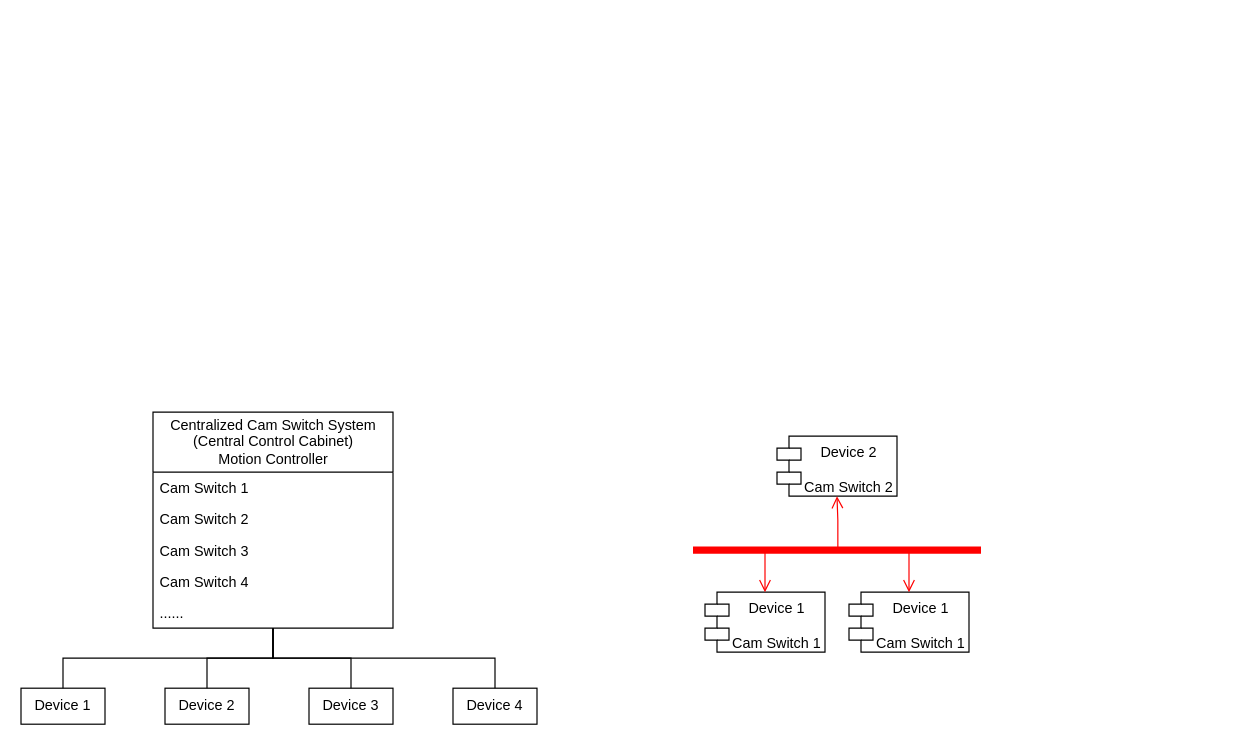
The draw.io diagram Distributed Cam Switch.drawio in RiemannLee19/UMLs, before the edit. Source tidied: cells renumbered, new cells numbered last; positions are measured from the earlier drawing's top-left corner, leaving out a move shared by most shapes. Both pictures are drawn from the tidied source at 120%, with x=0, y=0 at pixel (20, 412).
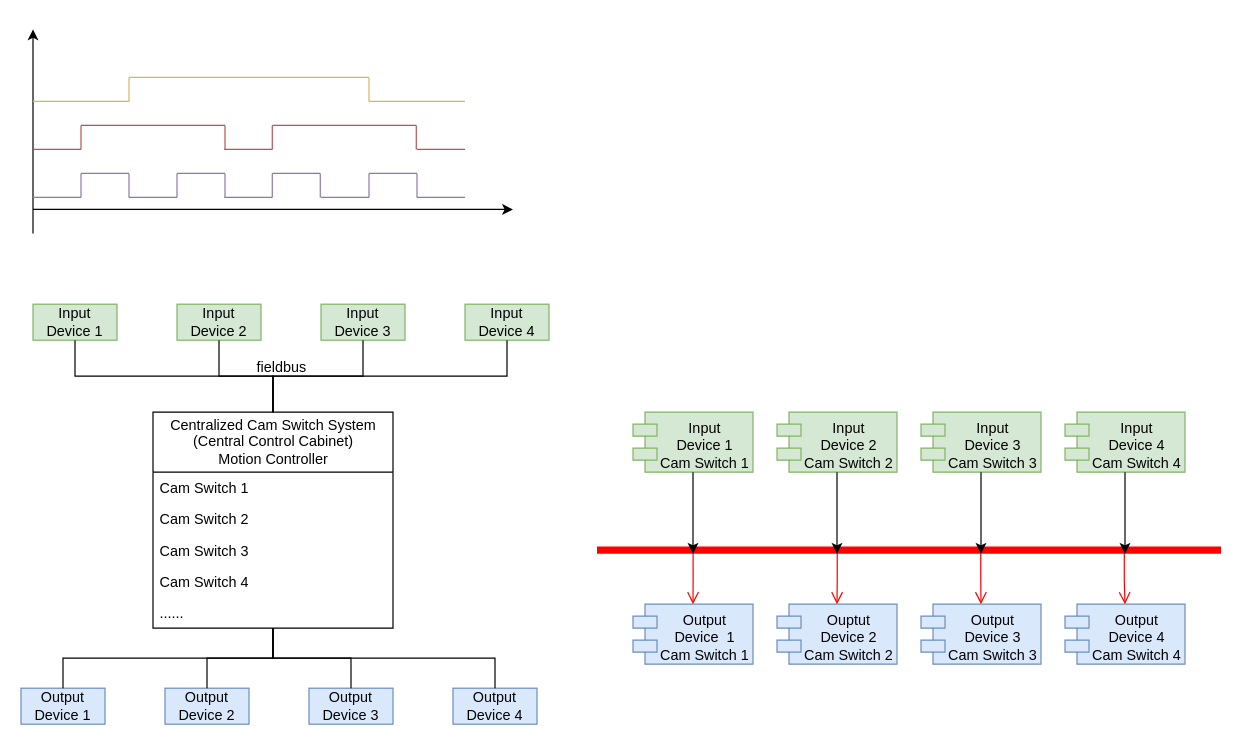
After the change.

Unchanged cells that the change refers to:
```xml
<mxCell id="2" value="Centralized Cam Switch System&lt;br&gt;(Central Control Cabinet)&lt;br&gt;Motion Controller" style="swimlane;fontStyle=0;horizontal=1;startSize=50;fillColor=none;html=1;" parent="1" vertex="1">
  <mxGeometry x="110" width="200" height="180" as="geometry" />
</mxCell>
```

What changed in the source:
```diff
@@
-    <mxCell id="8" value="Device 1" style="whiteSpace=wrap;html=1;align=center;verticalAlign=middle;newEdgeStyle={&quot;edgeStyle&quot;:&quot;elbowEdgeStyle&quot;,&quot;startArrow&quot;:&quot;none&quot;,&quot;endArrow&quot;:&quot;none&quot;};" parent="1" vertex="1">
+    <mxCell id="8" value="Output&lt;br&gt;Device 1" style="whiteSpace=wrap;html=1;align=center;verticalAlign=middle;newEdgeStyle={&quot;edgeStyle&quot;:&quot;elbowEdgeStyle&quot;,&quot;startArrow&quot;:&quot;none&quot;,&quot;endArrow&quot;:&quot;none&quot;};fillColor=#dae8fc;strokeColor=#6c8ebf;" parent="1" vertex="1">
       <mxGeometry y="230" width="70" height="30" as="geometry" />
     </mxCell>
@@
-    <mxCell id="10" value="Device 2" style="whiteSpace=wrap;html=1;align=center;verticalAlign=middle;newEdgeStyle={&quot;edgeStyle&quot;:&quot;elbowEdgeStyle&quot;,&quot;startArrow&quot;:&quot;none&quot;,&quot;endArrow&quot;:&quot;none&quot;};" parent="1" vertex="1">
+    <mxCell id="10" value="Output&lt;br&gt;Device 2" style="whiteSpace=wrap;html=1;align=center;verticalAlign=middle;newEdgeStyle={&quot;edgeStyle&quot;:&quot;elbowEdgeStyle&quot;,&quot;startArrow&quot;:&quot;none&quot;,&quot;endArrow&quot;:&quot;none&quot;};fillColor=#dae8fc;strokeColor=#6c8ebf;" parent="1" vertex="1">
       <mxGeometry x="120" y="230" width="70" height="30" as="geometry" />
     </mxCell>
@@
-    <mxCell id="12" value="Device 3" style="whiteSpace=wrap;html=1;align=center;verticalAlign=middle;newEdgeStyle={&quot;edgeStyle&quot;:&quot;elbowEdgeStyle&quot;,&quot;startArrow&quot;:&quot;none&quot;,&quot;endArrow&quot;:&quot;none&quot;};" parent="1" vertex="1">
+    <mxCell id="12" value="Output&lt;br&gt;Device 3" style="whiteSpace=wrap;html=1;align=center;verticalAlign=middle;newEdgeStyle={&quot;edgeStyle&quot;:&quot;elbowEdgeStyle&quot;,&quot;startArrow&quot;:&quot;none&quot;,&quot;endArrow&quot;:&quot;none&quot;};fillColor=#dae8fc;strokeColor=#6c8ebf;" parent="1" vertex="1">
       <mxGeometry x="240" y="230" width="70" height="30" as="geometry" />
     </mxCell>
@@
-    <mxCell id="14" value="Device 4" style="whiteSpace=wrap;html=1;align=center;verticalAlign=middle;newEdgeStyle={&quot;edgeStyle&quot;:&quot;elbowEdgeStyle&quot;,&quot;startArrow&quot;:&quot;none&quot;,&quot;endArrow&quot;:&quot;none&quot;};" parent="1" vertex="1">
+    <mxCell id="14" value="Output&lt;br&gt;Device 4" style="whiteSpace=wrap;html=1;align=center;verticalAlign=middle;newEdgeStyle={&quot;edgeStyle&quot;:&quot;elbowEdgeStyle&quot;,&quot;startArrow&quot;:&quot;none&quot;,&quot;endArrow&quot;:&quot;none&quot;};fillColor=#dae8fc;strokeColor=#6c8ebf;" parent="1" vertex="1">
       <mxGeometry x="360" y="230" width="70" height="30" as="geometry" />
     </mxCell>
@@
-    <mxCell id="16" value="Device 1&lt;br&gt;&lt;br&gt;Cam Switch 1" style="shape=module;align=left;spacingLeft=20;align=center;verticalAlign=top;whiteSpace=wrap;html=1;" parent="1" vertex="1">
-      <mxGeometry x="570" y="150" width="100" height="50" as="geometry" />
+    <mxCell id="16" value="Output&lt;br&gt;Device&amp;nbsp; 1&lt;br&gt;Cam Switch 1" style="shape=module;align=left;spacingLeft=20;align=center;verticalAlign=top;whiteSpace=wrap;html=1;fillColor=#dae8fc;strokeColor=#6c8ebf;" parent="1" vertex="1">
+      <mxGeometry x="510" y="160" width="100" height="50" as="geometry" />
     </mxCell>
     <mxCell id="17" style="shape=line;html=1;strokeWidth=6;strokeColor=#ff0000;" parent="1" vertex="1">
-      <mxGeometry x="560" y="110" width="240" height="10" as="geometry" />
+      <mxGeometry x="480" y="110" width="520" height="10" as="geometry" />
     </mxCell>
-    <mxCell id="18" style="edgeStyle=orthogonalEdgeStyle;html=1;verticalAlign=bottom;endArrow=open;endSize=8;strokeColor=#ff0000;rounded=0;exitX=0.25;exitY=0.5;exitDx=0;exitDy=0;exitPerimeter=0;" parent="1" edge="1" source="17" target="16">
+    <mxCell id="18" style="edgeStyle=orthogonalEdgeStyle;html=1;verticalAlign=bottom;endArrow=open;endSize=8;strokeColor=#ff0000;rounded=0;exitX=0.154;exitY=0.583;exitDx=0;exitDy=0;exitPerimeter=0;" parent="1" edge="1" source="17" target="16">
       <mxGeometry relative="1" as="geometry" />
     </mxCell>
-    <mxCell id="19" value="Device 2&lt;br&gt;&lt;br&gt;Cam Switch 2" style="shape=module;align=left;spacingLeft=20;align=center;verticalAlign=top;whiteSpace=wrap;html=1;" parent="1" vertex="1">
-      <mxGeometry x="630" y="20" width="100" height="50" as="geometry" />
+    <mxCell id="19" value="Input&lt;br&gt;Device 1&lt;br&gt;Cam Switch 1" style="shape=module;align=left;spacingLeft=20;align=center;verticalAlign=top;whiteSpace=wrap;html=1;fillColor=#d5e8d4;strokeColor=#82b366;" parent="1" vertex="1">
+      <mxGeometry x="510" width="100" height="50" as="geometry" />
     </mxCell>
-    <mxCell id="20" style="edgeStyle=orthogonalEdgeStyle;html=1;verticalAlign=bottom;endArrow=open;endSize=8;strokeColor=#ff0000;rounded=0;exitX=0.503;exitY=0.667;exitDx=0;exitDy=0;exitPerimeter=0;" parent="1" edge="1" source="17" target="19">
-      <mxGeometry relative="1" as="geometry" />
-    </mxCell>
-    <mxCell id="21" value="Device 1&lt;br&gt;&lt;br&gt;Cam Switch 1" style="shape=module;align=left;spacingLeft=20;align=center;verticalAlign=top;whiteSpace=wrap;html=1;" parent="1" vertex="1">
-      <mxGeometry x="690" y="150" width="100" height="50" as="geometry" />
+    <mxCell id="21" value="Ouptut &lt;br&gt;Device 2&lt;br&gt;Cam Switch 2" style="shape=module;align=left;spacingLeft=20;align=center;verticalAlign=top;whiteSpace=wrap;html=1;fillColor=#dae8fc;strokeColor=#6c8ebf;" parent="1" vertex="1">
+      <mxGeometry x="630" y="160" width="100" height="50" as="geometry" />
     </mxCell>
-    <mxCell id="22" style="edgeStyle=orthogonalEdgeStyle;html=1;verticalAlign=bottom;endArrow=open;endSize=8;strokeColor=#ff0000;rounded=0;exitX=0.75;exitY=0.5;exitDx=0;exitDy=0;exitPerimeter=0;" parent="1" edge="1" source="17" target="21">
+    <mxCell id="22" style="edgeStyle=orthogonalEdgeStyle;html=1;verticalAlign=bottom;endArrow=open;endSize=8;strokeColor=#ff0000;rounded=0;exitX=0.385;exitY=0.417;exitDx=0;exitDy=0;exitPerimeter=0;" parent="1" edge="1" source="17" target="21">
       <mxGeometry relative="1" as="geometry" />
     </mxCell>
+    <mxCell id="23" value="Input&lt;br&gt;Device 1" style="whiteSpace=wrap;html=1;align=center;verticalAlign=middle;newEdgeStyle={&quot;edgeStyle&quot;:&quot;elbowEdgeStyle&quot;,&quot;startArrow&quot;:&quot;none&quot;,&quot;endArrow&quot;:&quot;none&quot;};fillColor=#d5e8d4;strokeColor=#82b366;" parent="1" vertex="1">
+      <mxGeometry x="10" y="-90" width="70" height="30" as="geometry" />
+    </mxCell>
+    <mxCell id="24" style="edgeStyle=elbowEdgeStyle;elbow=vertical;sourcePerimeterSpacing=0;targetPerimeterSpacing=0;startArrow=none;endArrow=none;rounded=0;curved=0;" parent="1" edge="1" source="2" target="23">
+      <mxGeometry relative="1" as="geometry" />
+    </mxCell>
+    <mxCell id="25" value="Input&lt;br&gt;Device 2" style="whiteSpace=wrap;html=1;align=center;verticalAlign=middle;newEdgeStyle={&quot;edgeStyle&quot;:&quot;elbowEdgeStyle&quot;,&quot;startArrow&quot;:&quot;none&quot;,&quot;endArrow&quot;:&quot;none&quot;};fillColor=#d5e8d4;strokeColor=#82b366;" parent="1" vertex="1">
+      <mxGeometry x="130" y="-90" width="70" height="30" as="geometry" />
+    </mxCell>
+    <mxCell id="26" style="edgeStyle=elbowEdgeStyle;elbow=vertical;sourcePerimeterSpacing=0;targetPerimeterSpacing=0;startArrow=none;endArrow=none;rounded=0;curved=0;" parent="1" edge="1" source="2" target="25">
+      <mxGeometry relative="1" as="geometry" />
+    </mxCell>
+    <mxCell id="27" value="Input&lt;br&gt;Device 3" style="whiteSpace=wrap;html=1;align=center;verticalAlign=middle;newEdgeStyle={&quot;edgeStyle&quot;:&quot;elbowEdgeStyle&quot;,&quot;startArrow&quot;:&quot;none&quot;,&quot;endArrow&quot;:&quot;none&quot;};fillColor=#d5e8d4;strokeColor=#82b366;" parent="1" vertex="1">
+      <mxGeometry x="250" y="-90" width="70" height="30" as="geometry" />
+    </mxCell>
+    <mxCell id="28" style="edgeStyle=elbowEdgeStyle;elbow=vertical;sourcePerimeterSpacing=0;targetPerimeterSpacing=0;startArrow=none;endArrow=none;rounded=0;curved=0;" parent="1" edge="1" source="2" target="27">
+      <mxGeometry relative="1" as="geometry" />
+    </mxCell>
+    <mxCell id="29" value="Input&lt;br&gt;Device 4" style="whiteSpace=wrap;html=1;align=center;verticalAlign=middle;newEdgeStyle={&quot;edgeStyle&quot;:&quot;elbowEdgeStyle&quot;,&quot;startArrow&quot;:&quot;none&quot;,&quot;endArrow&quot;:&quot;none&quot;};fillColor=#d5e8d4;strokeColor=#82b366;" parent="1" vertex="1">
+      <mxGeometry x="370" y="-90" width="70" height="30" as="geometry" />
+    </mxCell>
+    <mxCell id="30" style="edgeStyle=elbowEdgeStyle;elbow=vertical;sourcePerimeterSpacing=0;targetPerimeterSpacing=0;startArrow=none;endArrow=none;rounded=0;curved=0;" parent="1" edge="1" source="2" target="29">
+      <mxGeometry relative="1" as="geometry" />
+    </mxCell>
+    <mxCell id="31" value="Output &lt;br&gt;Device 3&lt;br&gt;Cam Switch 3" style="shape=module;align=left;spacingLeft=20;align=center;verticalAlign=top;whiteSpace=wrap;html=1;fillColor=#dae8fc;strokeColor=#6c8ebf;" parent="1" vertex="1">
+      <mxGeometry x="750" y="160" width="100" height="50" as="geometry" />
+    </mxCell>
+    <mxCell id="32" value="Output &lt;br&gt;Device 4&lt;br&gt;Cam Switch 4" style="shape=module;align=left;spacingLeft=20;align=center;verticalAlign=top;whiteSpace=wrap;html=1;fillColor=#dae8fc;strokeColor=#6c8ebf;" parent="1" vertex="1">
+      <mxGeometry x="870" y="160" width="100" height="50" as="geometry" />
+    </mxCell>
+    <mxCell id="33" style="edgeStyle=orthogonalEdgeStyle;html=1;verticalAlign=bottom;endArrow=open;endSize=8;strokeColor=#ff0000;rounded=0;exitX=0.615;exitY=0.75;exitDx=0;exitDy=0;exitPerimeter=0;" parent="1" edge="1" source="17" target="31">
+      <mxGeometry relative="1" as="geometry" />
+    </mxCell>
+    <mxCell id="34" style="edgeStyle=orthogonalEdgeStyle;html=1;verticalAlign=bottom;endArrow=open;endSize=8;strokeColor=#ff0000;rounded=0;exitX=0.845;exitY=0.75;exitDx=0;exitDy=0;exitPerimeter=0;" parent="1" edge="1" source="17" target="32">
+      <mxGeometry relative="1" as="geometry" />
+    </mxCell>
+    <mxCell id="35" style="edgeStyle=orthogonalEdgeStyle;rounded=0;jettySize=auto;html=1;exitX=0.5;exitY=1;exitDx=0;exitDy=0;" parent="1" edge="1" source="19">
+      <mxGeometry relative="1" as="geometry">
+        <mxPoint x="560" y="118" as="targetPoint" />
+      </mxGeometry>
+    </mxCell>
+    <mxCell id="36" value="Input&lt;br&gt;Device 2&lt;br&gt;Cam Switch 2" style="shape=module;align=left;spacingLeft=20;align=center;verticalAlign=top;whiteSpace=wrap;html=1;fillColor=#d5e8d4;strokeColor=#82b366;" parent="1" vertex="1">
+      <mxGeometry x="630" width="100" height="50" as="geometry" />
+    </mxCell>
+    <mxCell id="37" style="edgeStyle=orthogonalEdgeStyle;rounded=0;jettySize=auto;html=1;exitX=0.5;exitY=1;exitDx=0;exitDy=0;" parent="1" edge="1" source="36">
+      <mxGeometry relative="1" as="geometry">
+        <mxPoint x="680" y="118" as="targetPoint" />
+      </mxGeometry>
+    </mxCell>
+    <mxCell id="38" value="Input&lt;br&gt;Device 3&lt;br&gt;Cam Switch 3" style="shape=module;align=left;spacingLeft=20;align=center;verticalAlign=top;whiteSpace=wrap;html=1;fillColor=#d5e8d4;strokeColor=#82b366;" parent="1" vertex="1">
+      <mxGeometry x="750" width="100" height="50" as="geometry" />
+    </mxCell>
+    <mxCell id="39" style="edgeStyle=orthogonalEdgeStyle;rounded=0;jettySize=auto;html=1;exitX=0.5;exitY=1;exitDx=0;exitDy=0;" parent="1" edge="1" source="38">
+      <mxGeometry relative="1" as="geometry">
+        <mxPoint x="800" y="118" as="targetPoint" />
+      </mxGeometry>
+    </mxCell>
+    <mxCell id="40" value="Input&lt;br&gt;Device 4&lt;br&gt;Cam Switch 4" style="shape=module;align=left;spacingLeft=20;align=center;verticalAlign=top;whiteSpace=wrap;html=1;fillColor=#d5e8d4;strokeColor=#82b366;" parent="1" vertex="1">
+      <mxGeometry x="870" width="100" height="50" as="geometry" />
+    </mxCell>
+    <mxCell id="41" style="edgeStyle=orthogonalEdgeStyle;rounded=0;jettySize=auto;html=1;exitX=0.5;exitY=1;exitDx=0;exitDy=0;" parent="1" edge="1" source="40">
+      <mxGeometry relative="1" as="geometry">
+        <mxPoint x="920" y="118" as="targetPoint" />
+      </mxGeometry>
+    </mxCell>
+    <mxCell id="42" style="endArrow=classic;html=1;rounded=0;" parent="1" edge="1">
+      <mxGeometry relative="1" as="geometry">
+        <mxPoint x="10" y="-169" as="sourcePoint" />
+        <mxPoint x="410" y="-169" as="targetPoint" />
+      </mxGeometry>
+    </mxCell>
+    <mxCell id="43" style="endArrow=classic;html=1;rounded=0;" parent="1" edge="1">
+      <mxGeometry relative="1" as="geometry">
+        <mxPoint x="10" y="-149" as="sourcePoint" />
+        <mxPoint x="10" y="-319" as="targetPoint" />
+      </mxGeometry>
+    </mxCell>
+    <mxCell id="44" style="endArrow=none;html=1;rounded=0;fillColor=#e1d5e7;strokeColor=#9673a6;" parent="1" edge="1">
+      <mxGeometry relative="1" as="geometry">
+        <mxPoint x="10" y="-179" as="sourcePoint" />
+        <mxPoint x="50" y="-179" as="targetPoint" />
+      </mxGeometry>
+    </mxCell>
+    <mxCell id="45" style="endArrow=none;html=1;rounded=0;fillColor=#e1d5e7;strokeColor=#9673a6;" parent="1" edge="1">
+      <mxGeometry relative="1" as="geometry">
+        <mxPoint x="50" y="-179" as="sourcePoint" />
+        <mxPoint x="50" y="-199" as="targetPoint" />
+      </mxGeometry>
+    </mxCell>
+    <mxCell id="46" style="endArrow=none;html=1;rounded=0;fillColor=#e1d5e7;strokeColor=#9673a6;" parent="1" edge="1">
+      <mxGeometry relative="1" as="geometry">
+        <mxPoint x="50" y="-199" as="sourcePoint" />
+        <mxPoint x="90" y="-199" as="targetPoint" />
+      </mxGeometry>
+    </mxCell>
+    <mxCell id="47" style="endArrow=none;html=1;rounded=0;fillColor=#e1d5e7;strokeColor=#9673a6;" parent="1" edge="1">
+      <mxGeometry relative="1" as="geometry">
+        <mxPoint x="90" y="-179" as="sourcePoint" />
+        <mxPoint x="90" y="-199" as="targetPoint" />
+      </mxGeometry>
+    </mxCell>
+    <mxCell id="48" style="endArrow=none;html=1;rounded=0;fillColor=#e1d5e7;strokeColor=#9673a6;" parent="1" edge="1">
+      <mxGeometry relative="1" as="geometry">
+        <mxPoint x="90" y="-179" as="sourcePoint" />
+        <mxPoint x="130" y="-179" as="targetPoint" />
+      </mxGeometry>
+    </mxCell>
+    <mxCell id="49" style="endArrow=none;html=1;rounded=0;fillColor=#e1d5e7;strokeColor=#9673a6;" parent="1" edge="1">
+      <mxGeometry relative="1" as="geometry">
+        <mxPoint x="130" y="-179" as="sourcePoint" />
+        <mxPoint x="130" y="-199" as="targetPoint" />
+      </mxGeometry>
+    </mxCell>
+    <mxCell id="50" style="endArrow=none;html=1;rounded=0;fillColor=#e1d5e7;strokeColor=#9673a6;" parent="1" edge="1">
+      <mxGeometry relative="1" as="geometry">
+        <mxPoint x="130" y="-199" as="sourcePoint" />
+        <mxPoint x="170" y="-199" as="targetPoint" />
+      </mxGeometry>
+    </mxCell>
+    <mxCell id="51" style="endArrow=none;html=1;rounded=0;fillColor=#e1d5e7;strokeColor=#9673a6;" parent="1" edge="1">
+      <mxGeometry relative="1" as="geometry">
+        <mxPoint x="170" y="-179" as="sourcePoint" />
+        <mxPoint x="170" y="-199" as="targetPoint" />
+      </mxGeometry>
+    </mxCell>
+    <mxCell id="52" style="endArrow=none;html=1;rounded=0;fillColor=#e1d5e7;strokeColor=#9673a6;" parent="1" edge="1">
+      <mxGeometry relative="1" as="geometry">
+        <mxPoint x="169.4" y="-179" as="sourcePoint" />
+        <mxPoint x="209.4" y="-179" as="targetPoint" />
+      </mxGeometry>
+    </mxCell>
+    <mxCell id="53" style="endArrow=none;html=1;rounded=0;fillColor=#e1d5e7;strokeColor=#9673a6;" parent="1" edge="1">
+      <mxGeometry relative="1" as="geometry">
+        <mxPoint x="209.4" y="-179" as="sourcePoint" />
+        <mxPoint x="209.4" y="-199" as="targetPoint" />
+      </mxGeometry>
+    </mxCell>
+    <mxCell id="54" style="endArrow=none;html=1;rounded=0;fillColor=#e1d5e7;strokeColor=#9673a6;" parent="1" edge="1">
+      <mxGeometry relative="1" as="geometry">
+        <mxPoint x="209.4" y="-199" as="sourcePoint" />
+        <mxPoint x="249.4" y="-199" as="targetPoint" />
+      </mxGeometry>
+    </mxCell>
+    <mxCell id="55" style="endArrow=none;html=1;rounded=0;fillColor=#e1d5e7;strokeColor=#9673a6;" parent="1" edge="1">
+      <mxGeometry relative="1" as="geometry">
+        <mxPoint x="249.4" y="-179" as="sourcePoint" />
+        <mxPoint x="249.4" y="-199" as="targetPoint" />
+      </mxGeometry>
+    </mxCell>
+    <mxCell id="56" style="endArrow=none;html=1;rounded=0;fillColor=#e1d5e7;strokeColor=#9673a6;" parent="1" edge="1">
+      <mxGeometry relative="1" as="geometry">
+        <mxPoint x="250" y="-179" as="sourcePoint" />
+        <mxPoint x="290" y="-179" as="targetPoint" />
+      </mxGeometry>
+    </mxCell>
+    <mxCell id="57" style="endArrow=none;html=1;rounded=0;fillColor=#e1d5e7;strokeColor=#9673a6;" parent="1" edge="1">
+      <mxGeometry relative="1" as="geometry">
+        <mxPoint x="290" y="-179" as="sourcePoint" />
+        <mxPoint x="290" y="-199" as="targetPoint" />
+      </mxGeometry>
+    </mxCell>
+    <mxCell id="58" style="endArrow=none;html=1;rounded=0;fillColor=#e1d5e7;strokeColor=#9673a6;" parent="1" edge="1">
+      <mxGeometry relative="1" as="geometry">
+        <mxPoint x="290" y="-199" as="sourcePoint" />
+        <mxPoint x="330" y="-199" as="targetPoint" />
+      </mxGeometry>
+    </mxCell>
+    <mxCell id="59" style="endArrow=none;html=1;rounded=0;fillColor=#e1d5e7;strokeColor=#9673a6;" parent="1" edge="1">
+      <mxGeometry relative="1" as="geometry">
+        <mxPoint x="330" y="-179" as="sourcePoint" />
+        <mxPoint x="330" y="-199" as="targetPoint" />
+      </mxGeometry>
+    </mxCell>
+    <mxCell id="60" style="endArrow=none;html=1;rounded=0;fillColor=#e1d5e7;strokeColor=#9673a6;" parent="1" edge="1">
+      <mxGeometry relative="1" as="geometry">
+        <mxPoint x="330" y="-179" as="sourcePoint" />
+        <mxPoint x="370" y="-179" as="targetPoint" />
+      </mxGeometry>
+    </mxCell>
+    <mxCell id="61" style="endArrow=none;html=1;rounded=0;fillColor=#f8cecc;strokeColor=#b85450;" parent="1" edge="1">
+      <mxGeometry relative="1" as="geometry">
+        <mxPoint x="10" y="-219" as="sourcePoint" />
+        <mxPoint x="50" y="-219" as="targetPoint" />
+      </mxGeometry>
+    </mxCell>
+    <mxCell id="62" style="endArrow=none;html=1;rounded=0;fillColor=#f8cecc;strokeColor=#b85450;" parent="1" edge="1">
+      <mxGeometry relative="1" as="geometry">
+        <mxPoint x="50" y="-219" as="sourcePoint" />
+        <mxPoint x="50" y="-239" as="targetPoint" />
+      </mxGeometry>
+    </mxCell>
+    <mxCell id="63" style="endArrow=none;html=1;rounded=0;fillColor=#f8cecc;strokeColor=#b85450;" parent="1" edge="1">
+      <mxGeometry relative="1" as="geometry">
+        <mxPoint x="50" y="-239" as="sourcePoint" />
+        <mxPoint x="170" y="-239" as="targetPoint" />
+      </mxGeometry>
+    </mxCell>
+    <mxCell id="64" style="endArrow=none;html=1;rounded=0;fillColor=#f8cecc;strokeColor=#b85450;" parent="1" edge="1">
+      <mxGeometry relative="1" as="geometry">
+        <mxPoint x="170" y="-219" as="sourcePoint" />
+        <mxPoint x="170" y="-239" as="targetPoint" />
+      </mxGeometry>
+    </mxCell>
+    <mxCell id="65" style="endArrow=none;html=1;rounded=0;fillColor=#f8cecc;strokeColor=#b85450;" parent="1" edge="1">
+      <mxGeometry relative="1" as="geometry">
+        <mxPoint x="330" y="-219" as="sourcePoint" />
+        <mxPoint x="370" y="-219" as="targetPoint" />
+      </mxGeometry>
+    </mxCell>
+    <mxCell id="66" style="endArrow=none;html=1;rounded=0;fillColor=#f8cecc;strokeColor=#b85450;" parent="1" edge="1">
+      <mxGeometry relative="1" as="geometry">
+        <mxPoint x="169.4" y="-219" as="sourcePoint" />
+        <mxPoint x="209.4" y="-219" as="targetPoint" />
+      </mxGeometry>
+    </mxCell>
+    <mxCell id="67" style="endArrow=none;html=1;rounded=0;fillColor=#f8cecc;strokeColor=#b85450;" parent="1" edge="1">
+      <mxGeometry relative="1" as="geometry">
+        <mxPoint x="209.4" y="-219" as="sourcePoint" />
+        <mxPoint x="209.4" y="-239" as="targetPoint" />
+      </mxGeometry>
+    </mxCell>
+    <mxCell id="68" style="endArrow=none;html=1;rounded=0;fillColor=#f8cecc;strokeColor=#b85450;" parent="1" edge="1">
+      <mxGeometry relative="1" as="geometry">
+        <mxPoint x="209.4" y="-239" as="sourcePoint" />
+        <mxPoint x="329.4" y="-239" as="targetPoint" />
+      </mxGeometry>
+    </mxCell>
+    <mxCell id="69" style="endArrow=none;html=1;rounded=0;fillColor=#f8cecc;strokeColor=#b85450;" parent="1" edge="1">
+      <mxGeometry relative="1" as="geometry">
+        <mxPoint x="329.4" y="-219" as="sourcePoint" />
+        <mxPoint x="329.4" y="-239" as="targetPoint" />
+      </mxGeometry>
+    </mxCell>
+    <mxCell id="70" style="endArrow=none;html=1;rounded=0;fillColor=#fff2cc;strokeColor=#d6b656;" parent="1" edge="1">
+      <mxGeometry relative="1" as="geometry">
+        <mxPoint x="10" y="-259" as="sourcePoint" />
+        <mxPoint x="90" y="-259" as="targetPoint" />
+      </mxGeometry>
+    </mxCell>
+    <mxCell id="71" style="endArrow=none;html=1;rounded=0;fillColor=#fff2cc;strokeColor=#d6b656;" parent="1" edge="1">
+      <mxGeometry relative="1" as="geometry">
+        <mxPoint x="90" y="-259" as="sourcePoint" />
+        <mxPoint x="90" y="-279" as="targetPoint" />
+      </mxGeometry>
+    </mxCell>
+    <mxCell id="72" style="endArrow=none;html=1;rounded=0;fillColor=#fff2cc;strokeColor=#d6b656;" parent="1" edge="1">
+      <mxGeometry relative="1" as="geometry">
+        <mxPoint x="90" y="-279" as="sourcePoint" />
+        <mxPoint x="290" y="-279" as="targetPoint" />
+      </mxGeometry>
+    </mxCell>
+    <mxCell id="73" style="endArrow=none;html=1;rounded=0;fillColor=#fff2cc;strokeColor=#d6b656;" parent="1" edge="1">
+      <mxGeometry relative="1" as="geometry">
+        <mxPoint x="290" y="-259" as="sourcePoint" />
+        <mxPoint x="290" y="-279" as="targetPoint" />
+      </mxGeometry>
+    </mxCell>
+    <mxCell id="74" style="endArrow=none;html=1;rounded=0;fillColor=#fff2cc;strokeColor=#d6b656;" parent="1" edge="1">
+      <mxGeometry relative="1" as="geometry">
+        <mxPoint x="290" y="-259" as="sourcePoint" />
+        <mxPoint x="370" y="-259" as="targetPoint" />
+      </mxGeometry>
+    </mxCell>
+    <mxCell id="75" value="fieldbus" style="text;html=1;align=center;verticalAlign=middle;strokeColor=none;fillColor=none;" parent="1" vertex="1">
+      <mxGeometry x="187" y="-52" width="60" height="30" as="geometry" />
+    </mxCell>
```
